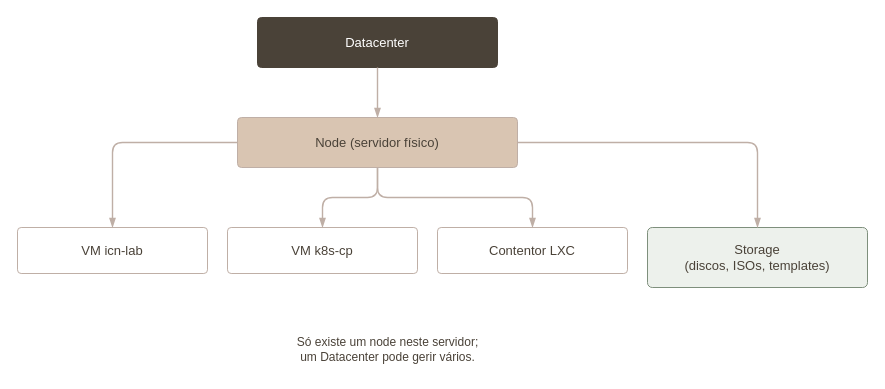
This is materiais/UC-ICN/Aula 01 - Introducao a UC e Contexto de Datacenters/Diagramas/a01-hierarquia-proxmox.drawio from catarinaacsilva/catarinaacsilva.github.io, a draw.io file, before an edit. Source tidied: cells renumbered, new cells numbered last; positions are measured from the earlier drawing's top-left corner, leaving out a move shared by most shapes. Both pictures are drawn from the tidied source at 100%, with x=0, y=0 at pixel (17, 17).
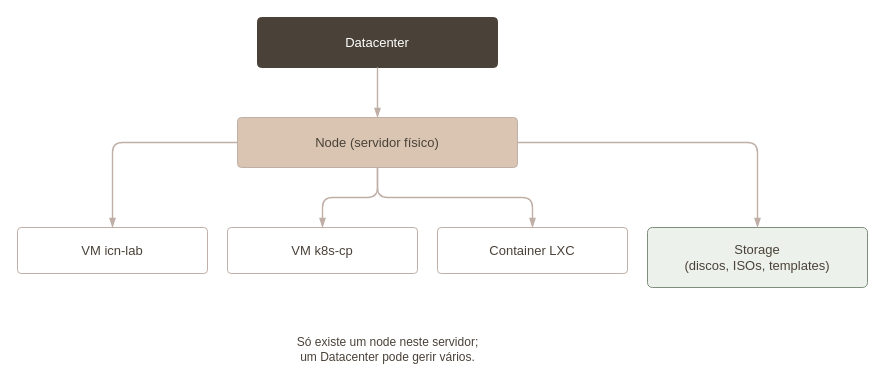
After the change.

The edit, as a diff of the source:
```diff
@@
 <mxGraphModel>
   <root>
     <mxCell id="0" />
     <mxCell id="1" parent="0" />
     <mxCell id="2" value="Datacenter" style="rounded=1;whiteSpace=wrap;html=1;fillColor=#4A4238;strokeColor=#4A4238;fontColor=#FFFFFF;dashed=0;fontFamily=Helvetica;fontSize=13;arcSize=8;" parent="1" vertex="1">
       <mxGeometry x="240" width="240" height="50" as="geometry" />
     </mxCell>
     <mxCell id="3" value="Node  (servidor físico)" style="rounded=1;whiteSpace=wrap;html=1;fillColor=#D9C5B2;strokeColor=#BFAFA6;fontColor=#4A4238;dashed=0;fontFamily=Helvetica;fontSize=13;arcSize=8;" parent="1" vertex="1">
       <mxGeometry x="220" y="100" width="280" height="50" as="geometry" />
     </mxCell>
     <mxCell id="4" value="VM  icn-lab" style="rounded=1;whiteSpace=wrap;html=1;fillColor=#FFFFFF;strokeColor=#BFAFA6;fontColor=#4A4238;dashed=0;fontFamily=Helvetica;fontSize=13;arcSize=8;" parent="1" vertex="1">
       <mxGeometry y="210" width="190" height="46" as="geometry" />
     </mxCell>
     <mxCell id="5" value="VM  k8s-cp" style="rounded=1;whiteSpace=wrap;html=1;fillColor=#FFFFFF;strokeColor=#BFAFA6;fontColor=#4A4238;dashed=0;fontFamily=Helvetica;fontSize=13;arcSize=8;" parent="1" vertex="1">
       <mxGeometry x="210" y="210" width="190" height="46" as="geometry" />
     </mxCell>
-    <mxCell id="6" value="Contentor LXC" style="rounded=1;whiteSpace=wrap;html=1;fillColor=#FFFFFF;strokeColor=#BFAFA6;fontColor=#4A4238;dashed=0;fontFamily=Helvetica;fontSize=13;arcSize=8;" parent="1" vertex="1">
+    <mxCell id="6" value="Container LXC" style="rounded=1;whiteSpace=wrap;html=1;fillColor=#FFFFFF;strokeColor=#BFAFA6;fontColor=#4A4238;dashed=0;fontFamily=Helvetica;fontSize=13;arcSize=8;" parent="1" vertex="1">
       <mxGeometry x="420" y="210" width="190" height="46" as="geometry" />
     </mxCell>
     <mxCell id="7" value="Storage&lt;br&gt;(discos, ISOs, templates)" style="rounded=1;whiteSpace=wrap;html=1;fillColor=#EDF1EC;strokeColor=#7E8F7C;fontColor=#4A4238;dashed=0;fontFamily=Helvetica;fontSize=13;arcSize=8;" parent="1" vertex="1">
       <mxGeometry x="630" y="210" width="220" height="60" as="geometry" />
     </mxCell>
     <mxCell id="8" value="Só existe um node neste servidor;&lt;br&gt;um Datacenter pode gerir vários." style="text;html=1;strokeColor=none;fillColor=none;align=center;verticalAlign=middle;fontColor=#4A4238;fontFamily=Helvetica;fontSize=12;" parent="1" vertex="1">
       <mxGeometry x="200" y="310" width="340" height="44" as="geometry" />
     </mxCell>
     <mxCell id="9" style="edgeStyle=orthogonalEdgeStyle;rounded=1;html=1;dashed=0;strokeColor=#BFAFA6;fontColor=#4A4238;fontFamily=Helvetica;fontSize=11;endArrow=blockThin;endFill=1;strokeWidth=1.4;" parent="1" edge="1" source="2" target="3">
       <mxGeometry relative="1" as="geometry" />
     </mxCell>
     <mxCell id="10" style="edgeStyle=orthogonalEdgeStyle;rounded=1;html=1;dashed=0;strokeColor=#BFAFA6;fontColor=#4A4238;fontFamily=Helvetica;fontSize=11;endArrow=blockThin;endFill=1;strokeWidth=1.4;" parent="1" edge="1" source="3" target="4">
       <mxGeometry relative="1" as="geometry" />
     </mxCell>
     <mxCell id="11" style="edgeStyle=orthogonalEdgeStyle;rounded=1;html=1;dashed=0;strokeColor=#BFAFA6;fontColor=#4A4238;fontFamily=Helvetica;fontSize=11;endArrow=blockThin;endFill=1;strokeWidth=1.4;" parent="1" edge="1" source="3" target="5">
       <mxGeometry relative="1" as="geometry" />
     </mxCell>
     <mxCell id="12" style="edgeStyle=orthogonalEdgeStyle;rounded=1;html=1;dashed=0;strokeColor=#BFAFA6;fontColor=#4A4238;fontFamily=Helvetica;fontSize=11;endArrow=blockThin;endFill=1;strokeWidth=1.4;" parent="1" edge="1" source="3" target="6">
       <mxGeometry relative="1" as="geometry" />
     </mxCell>
     <mxCell id="13" style="edgeStyle=orthogonalEdgeStyle;rounded=1;html=1;dashed=0;strokeColor=#BFAFA6;fontColor=#4A4238;fontFamily=Helvetica;fontSize=11;endArrow=blockThin;endFill=1;strokeWidth=1.4;" parent="1" edge="1" source="3" target="7">
       <mxGeometry relative="1" as="geometry" />
     </mxCell>
   </root>
 </mxGraphModel>
```
